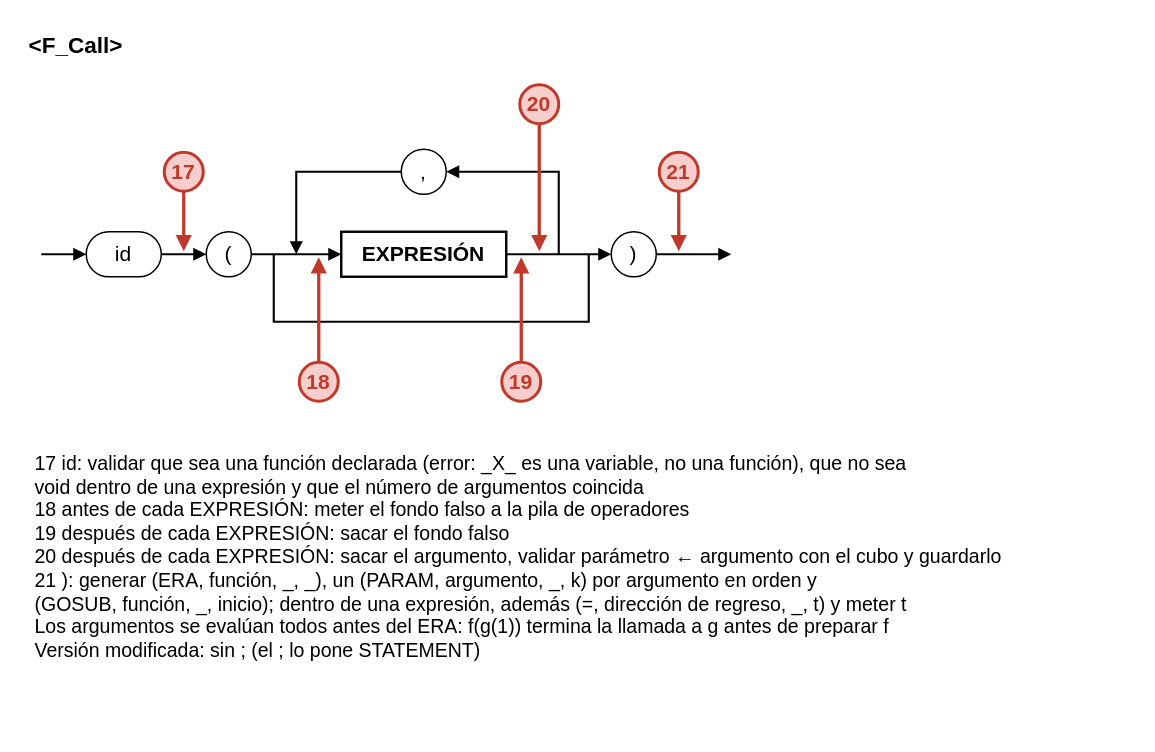
The draw.io diagram page "<F_Call>" (7 of 14) of docs/diagramas/BabyDuck_puntos_neuralgicos.drawio in mykrex/compilador, before the edit. Source tidied: cells renumbered, new cells numbered last; positions are measured from the earlier drawing's top-left corner, leaving out a move shared by most shapes. Both pictures are drawn from the tidied source at 150%, with x=0, y=0 at pixel (26, 26).
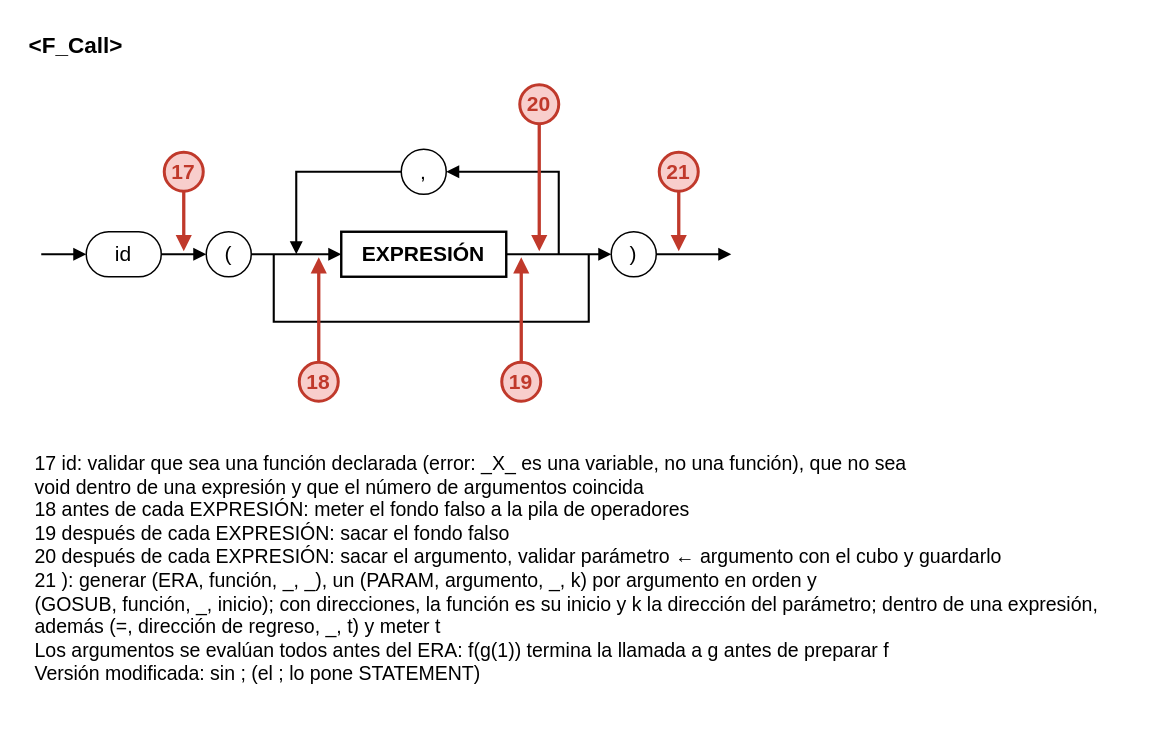
Above is the later version.

Change to the diagram source:
```diff
@@
-    <mxCell id="26" value="17 id: validar que sea una función declarada (error: _X_ es una variable, no una función), que no sea&#10;   void dentro de una expresión y que el número de argumentos coincida&#10;18 antes de cada EXPRESIÓN: meter el fondo falso a la pila de operadores&#10;19 después de cada EXPRESIÓN: sacar el fondo falso&#10;20 después de cada EXPRESIÓN: sacar el argumento, validar parámetro ← argumento con el cubo y guardarlo&#10;21 ): generar (ERA, función, _, _), un (PARAM, argumento, _, k) por argumento en orden y&#10;   (GOSUB, función, _, inicio); dentro de una expresión, además (=, dirección de regreso, _, t) y meter t&#10;Los argumentos se evalúan todos antes del ERA: f(g(1)) termina la llamada a g antes de preparar f&#10;Versión modificada: sin ; (el ; lo pone STATEMENT)" style="text;html=0;whiteSpace=wrap;fillColor=none;strokeColor=none;fontColor=#000000;align=left;verticalAlign=top;fontFamily=Arial;fontSize=13;spacingLeft=4;" parent="1" vertex="1">
+    <mxCell id="26" value="17 id: validar que sea una función declarada (error: _X_ es una variable, no una función), que no sea&#10;   void dentro de una expresión y que el número de argumentos coincida&#10;18 antes de cada EXPRESIÓN: meter el fondo falso a la pila de operadores&#10;19 después de cada EXPRESIÓN: sacar el fondo falso&#10;20 después de cada EXPRESIÓN: sacar el argumento, validar parámetro ← argumento con el cubo y guardarlo&#10;21 ): generar (ERA, función, _, _), un (PARAM, argumento, _, k) por argumento en orden y&#10;   (GOSUB, función, _, inicio); con direcciones, la función es su inicio y k la dirección del parámetro; dentro de una expresión, además (=, dirección de regreso, _, t) y meter t&#10;Los argumentos se evalúan todos antes del ERA: f(g(1)) termina la llamada a g antes de preparar f&#10;Versión modificada: sin ; (el ; lo pone STATEMENT)" style="text;html=0;whiteSpace=wrap;fillColor=none;strokeColor=none;fontColor=#000000;align=left;verticalAlign=top;fontFamily=Arial;fontSize=13;spacingLeft=4;" parent="1" vertex="1">
       <mxGeometry y="277" width="736" height="190" as="geometry" />
     </mxCell>
```
